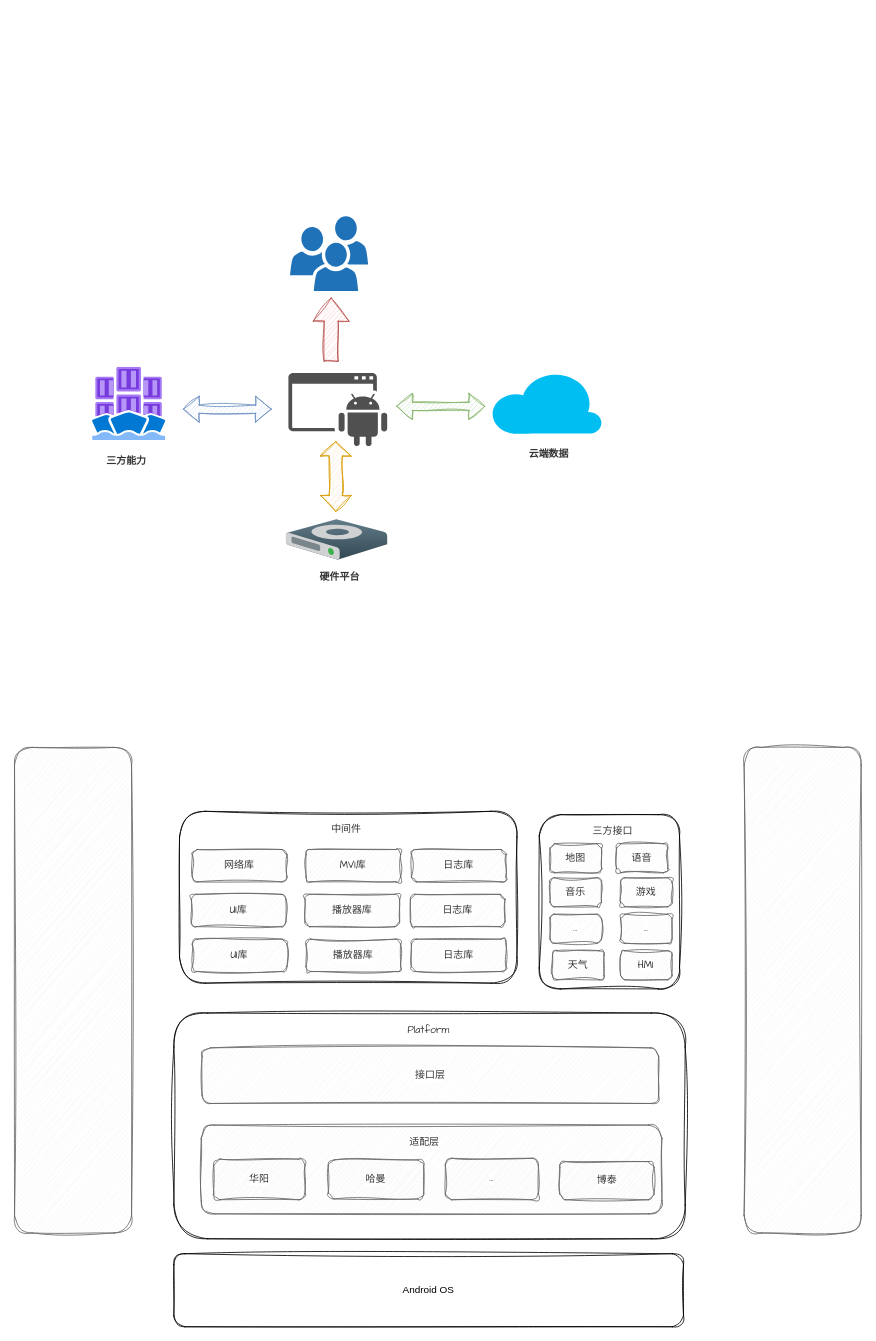
Before: PPT.drawio in TryLoveCatch/charts, a draw.io diagram. Source tidied: cells renumbered, new cells numbered last; positions are measured from the earlier drawing's top-left corner, leaving out a move shared by most shapes. Both pictures are drawn from the tidied source at 83%, with x=0, y=0 at pixel (14, 216).
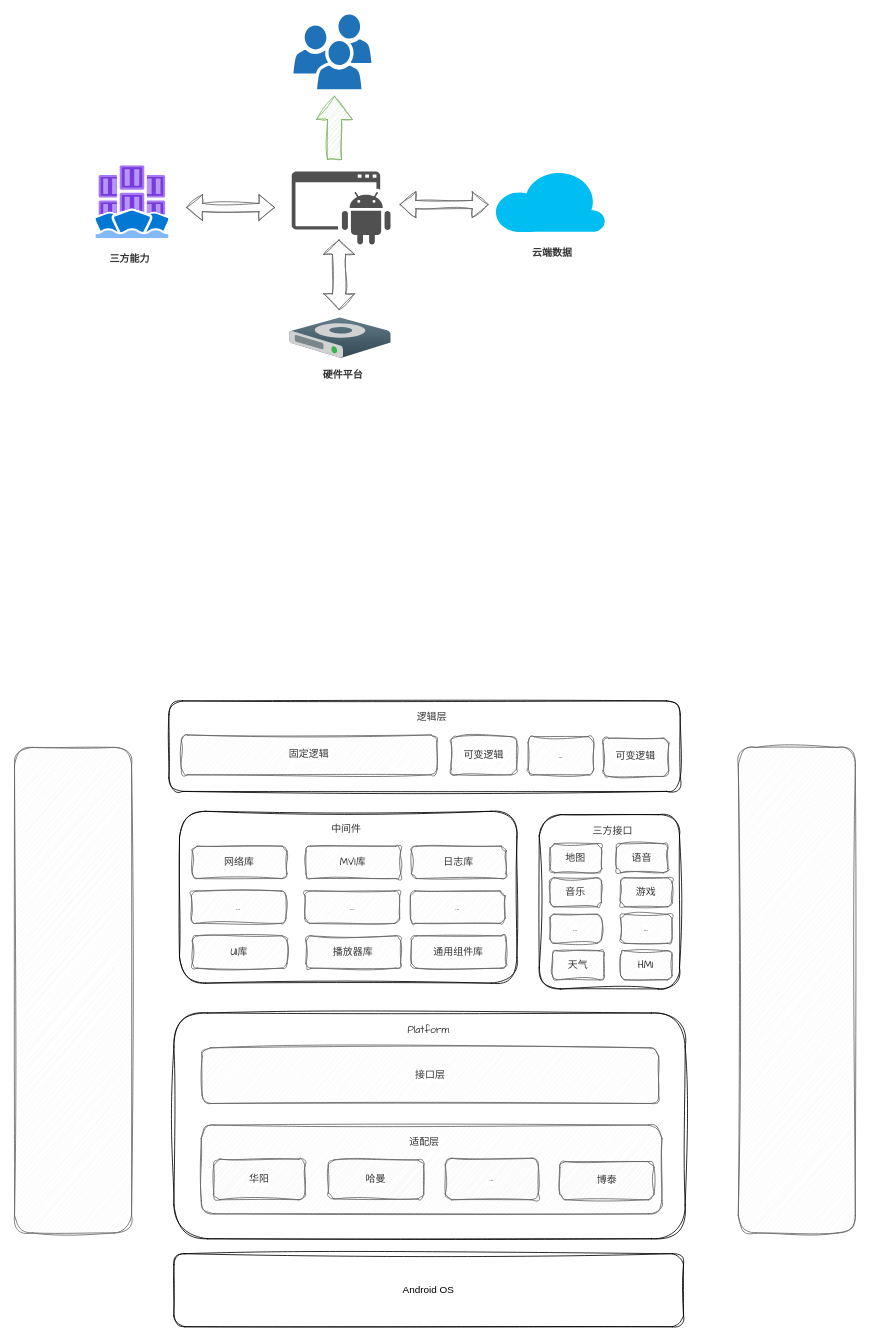
Above is the later version.

Diff of the diagram source:
```diff
@@
     <mxCell id="5" style="sketch=0;shadow=0;dashed=0;html=1;labelPosition=center;verticalLabelPosition=bottom;verticalAlign=top;align=center;shape=mxgraph.veeam.3d.hard_drive;fillColor=#637D8A;gradientColor=#324752;strokeColor=none;rounded=1;jiggle=2;curveFitting=1;fontFamily=Comic Sans MS;fontSize=12;fontColor=#333333;" parent="1" vertex="1">
-      <mxGeometry x="327" y="365" width="122" height="49" as="geometry" />
+      <mxGeometry x="331" y="122" width="122" height="49" as="geometry" />
     </mxCell>
     <mxCell id="6" value="硬件平台" style="text;html=1;align=center;verticalAlign=middle;whiteSpace=wrap;rounded=0;fontFamily=Comic Sans MS;fontSize=12;fontColor=#333333;fontStyle=1;" parent="1" vertex="1">
-      <mxGeometry x="362" y="421" width="60" height="30" as="geometry" />
+      <mxGeometry x="366" y="178" width="60" height="30" as="geometry" />
     </mxCell>
     <mxCell id="7" value="云端数据" style="text;html=1;align=center;verticalAlign=middle;whiteSpace=wrap;rounded=0;fontFamily=Comic Sans MS;fontSize=12;fontColor=#333333;fontStyle=1;" parent="1" vertex="1">
-      <mxGeometry x="613.5" y="273" width="60" height="30" as="geometry" />
+      <mxGeometry x="617.5" y="30" width="60" height="30" as="geometry" />
     </mxCell>
     <mxCell id="8" style="image;html=1;align=center;fontSize=12;image=img/lib/azure2/other/Kubernetes_Fleet_Manager.svg;rounded=1;sketch=1;jiggle=2;curveFitting=1;strokeColor=#666666;verticalAlign=middle;fontFamily=Comic Sans MS;fontColor=#333333;fillColor=#f5f5f5;" parent="1" vertex="1">
-      <mxGeometry x="94" y="182" width="88" height="88" as="geometry" />
+      <mxGeometry x="98" y="-61" width="88" height="88" as="geometry" />
     </mxCell>
     <mxCell id="9" value="三方能力" style="text;html=1;align=center;verticalAlign=middle;whiteSpace=wrap;rounded=0;fontFamily=Comic Sans MS;fontSize=12;fontColor=#333333;fontStyle=1;" parent="1" vertex="1">
-      <mxGeometry x="105" y="281" width="60" height="30" as="geometry" />
+      <mxGeometry x="109" y="38" width="60" height="30" as="geometry" />
     </mxCell>
     <mxCell id="10" style="sketch=0;shadow=0;dashed=0;html=1;strokeColor=none;fillColor=#505050;labelPosition=center;verticalLabelPosition=bottom;verticalAlign=top;align=center;shape=mxgraph.office.concepts.application_android;rounded=1;jiggle=2;curveFitting=1;fontFamily=Comic Sans MS;fontSize=12;fontColor=#333333;" parent="1" vertex="1">
-      <mxGeometry x="330" y="189" width="119" height="88" as="geometry" />
+      <mxGeometry x="334" y="-54" width="119" height="88" as="geometry" />
     </mxCell>
     <mxCell id="11" style="sketch=0;shadow=0;dashed=0;html=1;strokeColor=none;labelPosition=center;verticalLabelPosition=bottom;verticalAlign=top;align=center;shape=mxgraph.office.users.users;fillColor=#2072B8;rounded=1;jiggle=2;curveFitting=1;fontFamily=Comic Sans MS;fontSize=12;fontColor=#333333;" parent="1" vertex="1">
-      <mxGeometry x="332" width="94" height="90" as="geometry" />
+      <mxGeometry x="336" y="-243" width="94" height="90" as="geometry" />
     </mxCell>
-    <mxCell id="12" style="shape=flexArrow;endArrow=classic;startArrow=classic;html=1;rounded=0;fontFamily=Comic Sans MS;fontSize=12;fontColor=#333333;sketch=1;curveFitting=1;jiggle=2;fillColor=#dae8fc;strokeColor=#6c8ebf;" parent="1" edge="1">
+    <mxCell id="12" style="shape=flexArrow;endArrow=classic;startArrow=classic;html=1;rounded=0;fontFamily=Comic Sans MS;fontSize=12;fontColor=#333333;sketch=1;curveFitting=1;jiggle=2;fillColor=#f5f5f5;strokeColor=#666666;" parent="1" edge="1">
       <mxGeometry relative="1" as="geometry">
-        <mxPoint x="203" y="232.5" as="sourcePoint" />
-        <mxPoint x="310" y="232.5" as="targetPoint" />
+        <mxPoint x="207" y="-10.5" as="sourcePoint" />
+        <mxPoint x="314" y="-10.5" as="targetPoint" />
       </mxGeometry>
     </mxCell>
-    <mxCell id="13" style="shape=flexArrow;endArrow=classic;startArrow=classic;html=1;rounded=0;fontFamily=Comic Sans MS;fontSize=12;fontColor=#333333;sketch=1;curveFitting=1;jiggle=2;fillColor=#d5e8d4;strokeColor=#82b366;" parent="1" edge="1">
+    <mxCell id="13" style="shape=flexArrow;endArrow=classic;startArrow=classic;html=1;rounded=0;fontFamily=Comic Sans MS;fontSize=12;fontColor=#333333;sketch=1;curveFitting=1;jiggle=2;fillColor=#f5f5f5;strokeColor=#666666;" parent="1" edge="1">
       <mxGeometry relative="1" as="geometry">
-        <mxPoint x="460" y="229" as="sourcePoint" />
-        <mxPoint x="567" y="229" as="targetPoint" />
+        <mxPoint x="464" y="-14" as="sourcePoint" />
+        <mxPoint x="571" y="-14" as="targetPoint" />
       </mxGeometry>
     </mxCell>
-    <mxCell id="14" style="shape=flexArrow;endArrow=classic;startArrow=classic;html=1;rounded=0;fontFamily=Comic Sans MS;fontSize=12;fontColor=#333333;sketch=1;curveFitting=1;jiggle=2;width=16;startSize=5.5;fillColor=#ffe6cc;strokeColor=#d79b00;" parent="1" edge="1">
+    <mxCell id="14" style="shape=flexArrow;endArrow=classic;startArrow=classic;html=1;rounded=0;fontFamily=Comic Sans MS;fontSize=12;fontColor=#333333;sketch=1;curveFitting=1;jiggle=2;width=16;startSize=5.5;fillColor=#f5f5f5;strokeColor=#666666;" parent="1" edge="1">
       <mxGeometry relative="1" as="geometry">
-        <mxPoint x="387" y="271" as="sourcePoint" />
-        <mxPoint x="387" y="356" as="targetPoint" />
+        <mxPoint x="391" y="28" as="sourcePoint" />
+        <mxPoint x="391" y="113" as="targetPoint" />
       </mxGeometry>
     </mxCell>
-    <mxCell id="15" style="shape=flexArrow;endArrow=classic;html=1;rounded=0;fontFamily=Comic Sans MS;fontSize=12;fontColor=#333333;sketch=1;curveFitting=1;jiggle=2;endWidth=25;endSize=9;width=17;fillColor=#f8cecc;strokeColor=#b85450;" parent="1" edge="1">
+    <mxCell id="15" style="shape=flexArrow;endArrow=classic;html=1;rounded=0;fontFamily=Comic Sans MS;fontSize=12;fontColor=#333333;sketch=1;curveFitting=1;jiggle=2;endWidth=25;endSize=9;width=17;fillColor=#d5e8d4;strokeColor=#82b366;" parent="1" edge="1">
       <mxGeometry relative="1" as="geometry">
-        <mxPoint x="381.5" y="175" as="sourcePoint" />
-        <mxPoint x="381.5" y="98" as="targetPoint" />
+        <mxPoint x="385.5" y="-68" as="sourcePoint" />
+        <mxPoint x="385.5" y="-145" as="targetPoint" />
       </mxGeometry>
     </mxCell>
     <mxCell id="16" style="verticalLabelPosition=bottom;html=1;verticalAlign=top;align=center;strokeColor=none;fillColor=#00BEF2;shape=mxgraph.azure.cloud;rounded=1;fontFamily=Comic Sans MS;fontSize=12;fontColor=#333333;labelBackgroundColor=default;" parent="1" vertex="1">
-      <mxGeometry x="574" y="187" width="134" height="75" as="geometry" />
+      <mxGeometry x="578" y="-56" width="134" height="75" as="geometry" />
     </mxCell>
@@
     <mxCell id="26" value="网络库" style="rounded=1;whiteSpace=wrap;html=1;sketch=1;jiggle=2;curveFitting=1;strokeColor=#666666;align=center;verticalAlign=middle;fontFamily=Comic Sans MS;fontSize=12;fontColor=#333333;labelBackgroundColor=default;fillColor=#f5f5f5;" parent="1" vertex="1">
-      <mxGeometry x="214.2" y="763" width="114" height="39" as="geometry" />
+      <mxGeometry x="214.2" y="759" width="114" height="39" as="geometry" />
     </mxCell>
@@
     <mxCell id="37" value="MVI库" style="rounded=1;whiteSpace=wrap;html=1;sketch=1;jiggle=2;curveFitting=1;strokeColor=#666666;align=center;verticalAlign=middle;fontFamily=Comic Sans MS;fontSize=12;fontColor=#333333;labelBackgroundColor=default;fillColor=#f5f5f5;" parent="1" vertex="1">
-      <mxGeometry x="351.2" y="763" width="114" height="39" as="geometry" />
+      <mxGeometry x="351.2" y="759" width="114" height="39" as="geometry" />
     </mxCell>
     <mxCell id="38" value="日志库" style="rounded=1;whiteSpace=wrap;html=1;sketch=1;jiggle=2;curveFitting=1;strokeColor=#666666;align=center;verticalAlign=middle;fontFamily=Comic Sans MS;fontSize=12;fontColor=#333333;labelBackgroundColor=default;fillColor=#f5f5f5;" parent="1" vertex="1">
-      <mxGeometry x="478.2" y="763" width="114" height="39" as="geometry" />
+      <mxGeometry x="478.2" y="759" width="114" height="39" as="geometry" />
     </mxCell>
-    <mxCell id="39" value="UI库" style="rounded=1;whiteSpace=wrap;html=1;sketch=1;jiggle=2;curveFitting=1;strokeColor=#666666;align=center;verticalAlign=middle;fontFamily=Comic Sans MS;fontSize=12;fontColor=#333333;labelBackgroundColor=default;fillColor=#f5f5f5;" parent="1" vertex="1">
-      <mxGeometry x="213" y="817" width="114" height="39" as="geometry" />
+    <mxCell id="39" value="..." style="rounded=1;whiteSpace=wrap;html=1;sketch=1;jiggle=2;curveFitting=1;strokeColor=#666666;align=center;verticalAlign=middle;fontFamily=Comic Sans MS;fontSize=12;fontColor=#333333;labelBackgroundColor=default;fillColor=#f5f5f5;" parent="1" vertex="1">
+      <mxGeometry x="213" y="813" width="114" height="39" as="geometry" />
     </mxCell>
-    <mxCell id="40" value="播放器库" style="rounded=1;whiteSpace=wrap;html=1;sketch=1;jiggle=2;curveFitting=1;strokeColor=#666666;align=center;verticalAlign=middle;fontFamily=Comic Sans MS;fontSize=12;fontColor=#333333;labelBackgroundColor=default;fillColor=#f5f5f5;" parent="1" vertex="1">
-      <mxGeometry x="350" y="817" width="114" height="39" as="geometry" />
+    <mxCell id="40" value="..." style="rounded=1;whiteSpace=wrap;html=1;sketch=1;jiggle=2;curveFitting=1;strokeColor=#666666;align=center;verticalAlign=middle;fontFamily=Comic Sans MS;fontSize=12;fontColor=#333333;labelBackgroundColor=default;fillColor=#f5f5f5;" parent="1" vertex="1">
+      <mxGeometry x="350" y="813" width="114" height="39" as="geometry" />
     </mxCell>
-    <mxCell id="41" value="日志库" style="rounded=1;whiteSpace=wrap;html=1;sketch=1;jiggle=2;curveFitting=1;strokeColor=#666666;align=center;verticalAlign=middle;fontFamily=Comic Sans MS;fontSize=12;fontColor=#333333;labelBackgroundColor=default;fillColor=#f5f5f5;" parent="1" vertex="1">
-      <mxGeometry x="477" y="817" width="114" height="39" as="geometry" />
+    <mxCell id="41" value="..." style="rounded=1;whiteSpace=wrap;html=1;sketch=1;jiggle=2;curveFitting=1;strokeColor=#666666;align=center;verticalAlign=middle;fontFamily=Comic Sans MS;fontSize=12;fontColor=#333333;labelBackgroundColor=default;fillColor=#f5f5f5;" parent="1" vertex="1">
+      <mxGeometry x="477" y="813" width="114" height="39" as="geometry" />
     </mxCell>
@@
     <mxCell id="43" style="rounded=1;whiteSpace=wrap;html=1;sketch=1;jiggle=2;curveFitting=1;strokeColor=#666666;align=center;verticalAlign=middle;fontFamily=Comic Sans MS;fontSize=12;fontColor=#333333;labelBackgroundColor=default;fillColor=#f5f5f5;" parent="1" vertex="1">
-      <mxGeometry x="879" y="640" width="141" height="585" as="geometry" />
+      <mxGeometry x="872" y="640" width="141" height="585" as="geometry" />
     </mxCell>
     <mxCell id="44" value="UI库" style="rounded=1;whiteSpace=wrap;html=1;sketch=1;jiggle=2;curveFitting=1;strokeColor=#666666;align=center;verticalAlign=middle;fontFamily=Comic Sans MS;fontSize=12;fontColor=#333333;labelBackgroundColor=default;fillColor=#f5f5f5;" parent="1" vertex="1">
-      <mxGeometry x="214.2" y="871" width="114" height="39" as="geometry" />
+      <mxGeometry x="214.2" y="867" width="114" height="39" as="geometry" />
     </mxCell>
     <mxCell id="45" value="播放器库" style="rounded=1;whiteSpace=wrap;html=1;sketch=1;jiggle=2;curveFitting=1;strokeColor=#666666;align=center;verticalAlign=middle;fontFamily=Comic Sans MS;fontSize=12;fontColor=#333333;labelBackgroundColor=default;fillColor=#f5f5f5;" parent="1" vertex="1">
-      <mxGeometry x="351.2" y="871" width="114" height="39" as="geometry" />
+      <mxGeometry x="351.2" y="867" width="114" height="39" as="geometry" />
     </mxCell>
-    <mxCell id="46" value="日志库" style="rounded=1;whiteSpace=wrap;html=1;sketch=1;jiggle=2;curveFitting=1;strokeColor=#666666;align=center;verticalAlign=middle;fontFamily=Comic Sans MS;fontSize=12;fontColor=#333333;labelBackgroundColor=default;fillColor=#f5f5f5;" parent="1" vertex="1">
-      <mxGeometry x="478.2" y="871" width="114" height="39" as="geometry" />
+    <mxCell id="46" value="通用组件库" style="rounded=1;whiteSpace=wrap;html=1;sketch=1;jiggle=2;curveFitting=1;strokeColor=#666666;align=center;verticalAlign=middle;fontFamily=Comic Sans MS;fontSize=12;fontColor=#333333;labelBackgroundColor=default;fillColor=#f5f5f5;" parent="1" vertex="1">
+      <mxGeometry x="478.2" y="867" width="114" height="39" as="geometry" />
     </mxCell>
+    <mxCell id="47" style="rounded=1;whiteSpace=wrap;html=1;sketch=1;curveFitting=1;jiggle=2;" parent="1" vertex="1">
+      <mxGeometry x="186" y="584" width="616" height="109" as="geometry" />
+    </mxCell>
+    <mxCell id="48" value="逻辑层" style="text;html=1;align=center;verticalAlign=middle;whiteSpace=wrap;rounded=0;fontFamily=Comic Sans MS;fontSize=12;fontColor=#333333;labelBackgroundColor=default;" parent="1" vertex="1">
+      <mxGeometry x="472.5" y="590" width="60" height="30" as="geometry" />
+    </mxCell>
+    <mxCell id="49" value="固定逻辑" style="rounded=1;whiteSpace=wrap;html=1;sketch=1;jiggle=2;curveFitting=1;strokeColor=#666666;align=center;verticalAlign=middle;fontFamily=Comic Sans MS;fontSize=12;fontColor=#333333;labelBackgroundColor=default;fillColor=#f5f5f5;" parent="1" vertex="1">
+      <mxGeometry x="201" y="625" width="308" height="48" as="geometry" />
+    </mxCell>
+    <mxCell id="50" value="可变逻辑" style="rounded=1;whiteSpace=wrap;html=1;sketch=1;jiggle=2;curveFitting=1;strokeColor=#666666;align=center;verticalAlign=middle;fontFamily=Comic Sans MS;fontSize=12;fontColor=#333333;labelBackgroundColor=default;fillColor=#f5f5f5;" parent="1" vertex="1">
+      <mxGeometry x="526" y="627" width="79" height="46" as="geometry" />
+    </mxCell>
+    <mxCell id="51" value="..." style="rounded=1;whiteSpace=wrap;html=1;sketch=1;jiggle=2;curveFitting=1;strokeColor=#666666;align=center;verticalAlign=middle;fontFamily=Comic Sans MS;fontSize=12;fontColor=#333333;labelBackgroundColor=default;fillColor=#f5f5f5;" parent="1" vertex="1">
+      <mxGeometry x="618.8" y="627" width="79" height="46" as="geometry" />
+    </mxCell>
+    <mxCell id="52" value="可变逻辑" style="rounded=1;whiteSpace=wrap;html=1;sketch=1;jiggle=2;curveFitting=1;strokeColor=#666666;align=center;verticalAlign=middle;fontFamily=Comic Sans MS;fontSize=12;fontColor=#333333;labelBackgroundColor=default;fillColor=#f5f5f5;" parent="1" vertex="1">
+      <mxGeometry x="709.2" y="629" width="79" height="46" as="geometry" />
+    </mxCell>
```
